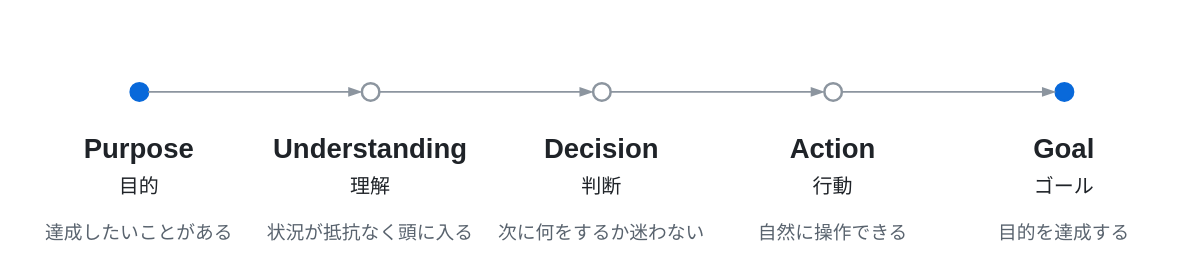
This is docs/diagrams/journey.drawio from ISSEI51/flow-design, a draw.io file, before an edit. Source tidied: cells renumbered, new cells numbered last; positions are measured from the earlier drawing's top-left corner, leaving out a move shared by most shapes. Both pictures are drawn from the tidied source at 125%, with x=0, y=0 at pixel (26, 82).
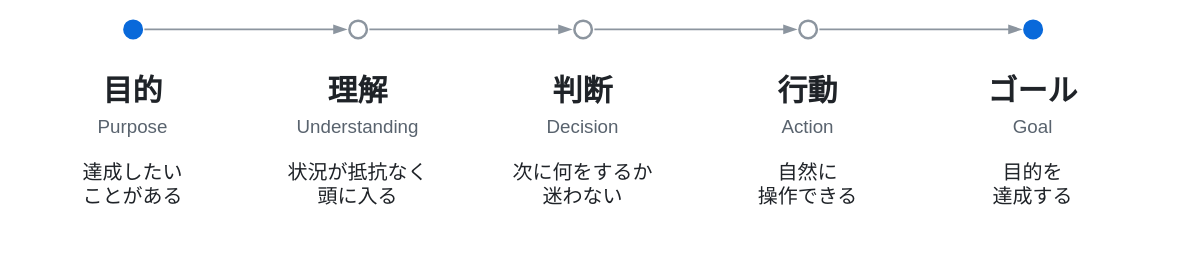
The same page after the edit.

The edit, as a diff of the source:
```diff
@@
-    <mxCell id="2" style="ellipse;html=0;fillColor=light-dark(#0969DA,#4493F8);strokeColor=light-dark(#0969DA,#4493F8);strokeWidth=2;" parent="1" vertex="1">
-      <mxGeometry x="83" width="14" height="14" as="geometry" />
-    </mxCell>
+    <mxCell id="26" style="ellipse;html=0;fillColor=light-dark(#0969DA,#4493F8);strokeColor=light-dark(#0969DA,#4493F8);strokeWidth=2;opacity=100;" parent="1" vertex="1">
+      <mxGeometry x="78" y="-50" width="14" height="14" as="geometry" />
+    </mxCell>
+    <mxCell id="4" value="目的" style="text;html=0;whiteSpace=nowrap;align=center;verticalAlign=top;spacing=0;fontFamily=Helvetica;fontSize=24;fontColor=light-dark(#1F2328,#E6EDF3);fontStyle=1;" parent="1" vertex="1">
+      <mxGeometry x="-5" y="-13" width="180" height="30" as="geometry" />
+    </mxCell>
-    <mxCell id="3" value="Purpose" style="text;html=0;align=center;verticalAlign=middle;fontFamily=Helvetica;fontSize=22;fontStyle=1;fontColor=light-dark(#1F2328,#E6EDF3);" parent="1" vertex="1">
-      <mxGeometry y="35" width="180" height="30" as="geometry" />
+    <mxCell id="3" value="Purpose" style="text;html=0;whiteSpace=nowrap;align=center;verticalAlign=top;spacing=0;fontFamily=Helvetica;fontSize=15;fontColor=light-dark(#59636E,#9198A1);fontStyle=0;" parent="1" vertex="1">
+      <mxGeometry x="-5" y="21" width="180" height="18" as="geometry" />
     </mxCell>
-    <mxCell id="4" value="目的" style="text;html=0;align=center;verticalAlign=middle;fontFamily=Helvetica;fontSize=16;fontColor=light-dark(#1F2328,#E6EDF3);" parent="1" vertex="1">
-      <mxGeometry y="69" width="180" height="24" as="geometry" />
-    </mxCell>
-    <mxCell id="5" value="達成したいことがある" style="text;html=0;align=center;verticalAlign=middle;fontFamily=Helvetica;fontSize=15;fontColor=light-dark(#59636E,#9198A1);" parent="1" vertex="1">
-      <mxGeometry y="107" width="180" height="24" as="geometry" />
-    </mxCell>
-    <mxCell id="6" style="ellipse;html=0;fillColor=none;strokeColor=light-dark(#8C959F,#6E7681);strokeWidth=2;" parent="1" vertex="1">
-      <mxGeometry x="268" width="14" height="14" as="geometry" />
-    </mxCell>
+    <mxCell id="27" value="達成したい&#10;ことがある" style="text;html=0;whiteSpace=nowrap;align=center;verticalAlign=top;spacing=0;fontFamily=Helvetica;fontSize=16;fontColor=light-dark(#1F2328,#E6EDF3);fontStyle=0;" parent="1" vertex="1">
+      <mxGeometry x="-5" y="57" width="180" height="44" as="geometry" />
+    </mxCell>
+    <mxCell id="28" style="ellipse;html=0;fillColor=none;strokeColor=light-dark(#8C959F,#6E7681);strokeWidth=2;opacity=100;" parent="1" vertex="1">
+      <mxGeometry x="258" y="-50" width="14" height="14" as="geometry" />
+    </mxCell>
+    <mxCell id="8" value="理解" style="text;html=0;whiteSpace=nowrap;align=center;verticalAlign=top;spacing=0;fontFamily=Helvetica;fontSize=24;fontColor=light-dark(#1F2328,#E6EDF3);fontStyle=1;" parent="1" vertex="1">
+      <mxGeometry x="175" y="-13" width="180" height="30" as="geometry" />
+    </mxCell>
-    <mxCell id="7" value="Understanding" style="text;html=0;align=center;verticalAlign=middle;fontFamily=Helvetica;fontSize=22;fontStyle=1;fontColor=light-dark(#1F2328,#E6EDF3);" parent="1" vertex="1">
-      <mxGeometry x="185" y="35" width="180" height="30" as="geometry" />
+    <mxCell id="7" value="Understanding" style="text;html=0;whiteSpace=nowrap;align=center;verticalAlign=top;spacing=0;fontFamily=Helvetica;fontSize=15;fontColor=light-dark(#59636E,#9198A1);fontStyle=0;" parent="1" vertex="1">
+      <mxGeometry x="175" y="21" width="180" height="18" as="geometry" />
     </mxCell>
-    <mxCell id="8" value="理解" style="text;html=0;align=center;verticalAlign=middle;fontFamily=Helvetica;fontSize=16;fontColor=light-dark(#1F2328,#E6EDF3);" parent="1" vertex="1">
-      <mxGeometry x="185" y="69" width="180" height="24" as="geometry" />
-    </mxCell>
-    <mxCell id="9" value="状況が抵抗なく頭に入る" style="text;html=0;align=center;verticalAlign=middle;fontFamily=Helvetica;fontSize=15;fontColor=light-dark(#59636E,#9198A1);" parent="1" vertex="1">
-      <mxGeometry x="185" y="107" width="180" height="24" as="geometry" />
-    </mxCell>
-    <mxCell id="10" style="ellipse;html=0;fillColor=none;strokeColor=light-dark(#8C959F,#6E7681);strokeWidth=2;" parent="1" vertex="1">
-      <mxGeometry x="453" width="14" height="14" as="geometry" />
-    </mxCell>
+    <mxCell id="29" value="状況が抵抗なく&#10;頭に入る" style="text;html=0;whiteSpace=nowrap;align=center;verticalAlign=top;spacing=0;fontFamily=Helvetica;fontSize=16;fontColor=light-dark(#1F2328,#E6EDF3);fontStyle=0;" parent="1" vertex="1">
+      <mxGeometry x="175" y="57" width="180" height="44" as="geometry" />
+    </mxCell>
+    <mxCell id="30" style="ellipse;html=0;fillColor=none;strokeColor=light-dark(#8C959F,#6E7681);strokeWidth=2;opacity=100;" parent="1" vertex="1">
+      <mxGeometry x="438" y="-50" width="14" height="14" as="geometry" />
+    </mxCell>
+    <mxCell id="12" value="判断" style="text;html=0;whiteSpace=nowrap;align=center;verticalAlign=top;spacing=0;fontFamily=Helvetica;fontSize=24;fontColor=light-dark(#1F2328,#E6EDF3);fontStyle=1;" parent="1" vertex="1">
+      <mxGeometry x="355" y="-13" width="180" height="30" as="geometry" />
+    </mxCell>
-    <mxCell id="11" value="Decision" style="text;html=0;align=center;verticalAlign=middle;fontFamily=Helvetica;fontSize=22;fontStyle=1;fontColor=light-dark(#1F2328,#E6EDF3);" parent="1" vertex="1">
-      <mxGeometry x="370" y="35" width="180" height="30" as="geometry" />
+    <mxCell id="11" value="Decision" style="text;html=0;whiteSpace=nowrap;align=center;verticalAlign=top;spacing=0;fontFamily=Helvetica;fontSize=15;fontColor=light-dark(#59636E,#9198A1);fontStyle=0;" parent="1" vertex="1">
+      <mxGeometry x="355" y="21" width="180" height="18" as="geometry" />
     </mxCell>
-    <mxCell id="12" value="判断" style="text;html=0;align=center;verticalAlign=middle;fontFamily=Helvetica;fontSize=16;fontColor=light-dark(#1F2328,#E6EDF3);" parent="1" vertex="1">
-      <mxGeometry x="370" y="69" width="180" height="24" as="geometry" />
-    </mxCell>
-    <mxCell id="13" value="次に何をするか迷わない" style="text;html=0;align=center;verticalAlign=middle;fontFamily=Helvetica;fontSize=15;fontColor=light-dark(#59636E,#9198A1);" parent="1" vertex="1">
-      <mxGeometry x="370" y="107" width="180" height="24" as="geometry" />
-    </mxCell>
-    <mxCell id="14" style="ellipse;html=0;fillColor=none;strokeColor=light-dark(#8C959F,#6E7681);strokeWidth=2;" parent="1" vertex="1">
-      <mxGeometry x="638" width="14" height="14" as="geometry" />
-    </mxCell>
+    <mxCell id="31" value="次に何をするか&#10;迷わない" style="text;html=0;whiteSpace=nowrap;align=center;verticalAlign=top;spacing=0;fontFamily=Helvetica;fontSize=16;fontColor=light-dark(#1F2328,#E6EDF3);fontStyle=0;" parent="1" vertex="1">
+      <mxGeometry x="355" y="57" width="180" height="44" as="geometry" />
+    </mxCell>
+    <mxCell id="32" style="ellipse;html=0;fillColor=none;strokeColor=light-dark(#8C959F,#6E7681);strokeWidth=2;opacity=100;" parent="1" vertex="1">
+      <mxGeometry x="618" y="-50" width="14" height="14" as="geometry" />
+    </mxCell>
+    <mxCell id="16" value="行動" style="text;html=0;whiteSpace=nowrap;align=center;verticalAlign=top;spacing=0;fontFamily=Helvetica;fontSize=24;fontColor=light-dark(#1F2328,#E6EDF3);fontStyle=1;" parent="1" vertex="1">
+      <mxGeometry x="535" y="-13" width="180" height="30" as="geometry" />
+    </mxCell>
-    <mxCell id="15" value="Action" style="text;html=0;align=center;verticalAlign=middle;fontFamily=Helvetica;fontSize=22;fontStyle=1;fontColor=light-dark(#1F2328,#E6EDF3);" parent="1" vertex="1">
-      <mxGeometry x="555" y="35" width="180" height="30" as="geometry" />
+    <mxCell id="15" value="Action" style="text;html=0;whiteSpace=nowrap;align=center;verticalAlign=top;spacing=0;fontFamily=Helvetica;fontSize=15;fontColor=light-dark(#59636E,#9198A1);fontStyle=0;" parent="1" vertex="1">
+      <mxGeometry x="535" y="21" width="180" height="18" as="geometry" />
     </mxCell>
-    <mxCell id="16" value="行動" style="text;html=0;align=center;verticalAlign=middle;fontFamily=Helvetica;fontSize=16;fontColor=light-dark(#1F2328,#E6EDF3);" parent="1" vertex="1">
-      <mxGeometry x="555" y="69" width="180" height="24" as="geometry" />
-    </mxCell>
-    <mxCell id="17" value="自然に操作できる" style="text;html=0;align=center;verticalAlign=middle;fontFamily=Helvetica;fontSize=15;fontColor=light-dark(#59636E,#9198A1);" parent="1" vertex="1">
-      <mxGeometry x="555" y="107" width="180" height="24" as="geometry" />
-    </mxCell>
-    <mxCell id="18" style="ellipse;html=0;fillColor=light-dark(#0969DA,#4493F8);strokeColor=light-dark(#0969DA,#4493F8);strokeWidth=2;" parent="1" vertex="1">
-      <mxGeometry x="823" width="14" height="14" as="geometry" />
-    </mxCell>
+    <mxCell id="33" value="自然に&#10;操作できる" style="text;html=0;whiteSpace=nowrap;align=center;verticalAlign=top;spacing=0;fontFamily=Helvetica;fontSize=16;fontColor=light-dark(#1F2328,#E6EDF3);fontStyle=0;" parent="1" vertex="1">
+      <mxGeometry x="535" y="57" width="180" height="44" as="geometry" />
+    </mxCell>
+    <mxCell id="34" style="ellipse;html=0;fillColor=light-dark(#0969DA,#4493F8);strokeColor=light-dark(#0969DA,#4493F8);strokeWidth=2;opacity=100;" parent="1" vertex="1">
+      <mxGeometry x="798" y="-50" width="14" height="14" as="geometry" />
+    </mxCell>
+    <mxCell id="20" value="ゴール" style="text;html=0;whiteSpace=nowrap;align=center;verticalAlign=top;spacing=0;fontFamily=Helvetica;fontSize=24;fontColor=light-dark(#1F2328,#E6EDF3);fontStyle=1;" parent="1" vertex="1">
+      <mxGeometry x="715" y="-13" width="180" height="30" as="geometry" />
+    </mxCell>
-    <mxCell id="19" value="Goal" style="text;html=0;align=center;verticalAlign=middle;fontFamily=Helvetica;fontSize=22;fontStyle=1;fontColor=light-dark(#1F2328,#E6EDF3);" parent="1" vertex="1">
-      <mxGeometry x="740" y="35" width="180" height="30" as="geometry" />
+    <mxCell id="19" value="Goal" style="text;html=0;whiteSpace=nowrap;align=center;verticalAlign=top;spacing=0;fontFamily=Helvetica;fontSize=15;fontColor=light-dark(#59636E,#9198A1);fontStyle=0;" parent="1" vertex="1">
+      <mxGeometry x="715" y="21" width="180" height="18" as="geometry" />
     </mxCell>
-    <mxCell id="20" value="ゴール" style="text;html=0;align=center;verticalAlign=middle;fontFamily=Helvetica;fontSize=16;fontColor=light-dark(#1F2328,#E6EDF3);" parent="1" vertex="1">
-      <mxGeometry x="740" y="69" width="180" height="24" as="geometry" />
-    </mxCell>
-    <mxCell id="21" value="目的を達成する" style="text;html=0;align=center;verticalAlign=middle;fontFamily=Helvetica;fontSize=15;fontColor=light-dark(#59636E,#9198A1);" parent="1" vertex="1">
-      <mxGeometry x="740" y="107" width="180" height="24" as="geometry" />
-    </mxCell>
-    <mxCell id="22" style="endArrow=blockThin;endFill=1;endSize=7;html=0;strokeColor=light-dark(#8C959F,#6E7681);strokeWidth=1.5;" parent="1" edge="1" source="2" target="6">
-      <mxGeometry relative="1" as="geometry" />
-    </mxCell>
-    <mxCell id="23" style="endArrow=blockThin;endFill=1;endSize=7;html=0;strokeColor=light-dark(#8C959F,#6E7681);strokeWidth=1.5;" parent="1" edge="1" source="6" target="10">
-      <mxGeometry relative="1" as="geometry" />
-    </mxCell>
-    <mxCell id="24" style="endArrow=blockThin;endFill=1;endSize=7;html=0;strokeColor=light-dark(#8C959F,#6E7681);strokeWidth=1.5;" parent="1" edge="1" source="10" target="14">
-      <mxGeometry relative="1" as="geometry" />
-    </mxCell>
-    <mxCell id="25" style="endArrow=blockThin;endFill=1;endSize=7;html=0;strokeColor=light-dark(#8C959F,#6E7681);strokeWidth=1.5;" parent="1" edge="1" source="14" target="18">
-      <mxGeometry relative="1" as="geometry" />
-    </mxCell>
+    <mxCell id="35" value="目的を&#10;達成する" style="text;html=0;whiteSpace=nowrap;align=center;verticalAlign=top;spacing=0;fontFamily=Helvetica;fontSize=16;fontColor=light-dark(#1F2328,#E6EDF3);fontStyle=0;" parent="1" vertex="1">
+      <mxGeometry x="715" y="57" width="180" height="44" as="geometry" />
+    </mxCell>
+    <mxCell id="36" style="html=0;endArrow=blockThin;endFill=1;endSize=7;startArrow=none;strokeColor=light-dark(#8C959F,#6E7681);strokeWidth=1.5;dashed=0;rounded=1;" parent="1" edge="1">
+      <mxGeometry relative="1" as="geometry">
+        <mxPoint x="94" y="-43" as="sourcePoint" />
+        <mxPoint x="256" y="-43" as="targetPoint" />
+      </mxGeometry>
+    </mxCell>
+    <mxCell id="37" style="html=0;endArrow=blockThin;endFill=1;endSize=7;startArrow=none;strokeColor=light-dark(#8C959F,#6E7681);strokeWidth=1.5;dashed=0;rounded=1;" parent="1" edge="1">
+      <mxGeometry relative="1" as="geometry">
+        <mxPoint x="274" y="-43" as="sourcePoint" />
+        <mxPoint x="436" y="-43" as="targetPoint" />
+      </mxGeometry>
+    </mxCell>
+    <mxCell id="38" style="html=0;endArrow=blockThin;endFill=1;endSize=7;startArrow=none;strokeColor=light-dark(#8C959F,#6E7681);strokeWidth=1.5;dashed=0;rounded=1;" parent="1" edge="1">
+      <mxGeometry relative="1" as="geometry">
+        <mxPoint x="454" y="-43" as="sourcePoint" />
+        <mxPoint x="616" y="-43" as="targetPoint" />
+      </mxGeometry>
+    </mxCell>
+    <mxCell id="39" style="html=0;endArrow=blockThin;endFill=1;endSize=7;startArrow=none;strokeColor=light-dark(#8C959F,#6E7681);strokeWidth=1.5;dashed=0;rounded=1;" parent="1" edge="1">
+      <mxGeometry relative="1" as="geometry">
+        <mxPoint x="634" y="-43" as="sourcePoint" />
+        <mxPoint x="796" y="-43" as="targetPoint" />
+      </mxGeometry>
+    </mxCell>
```
